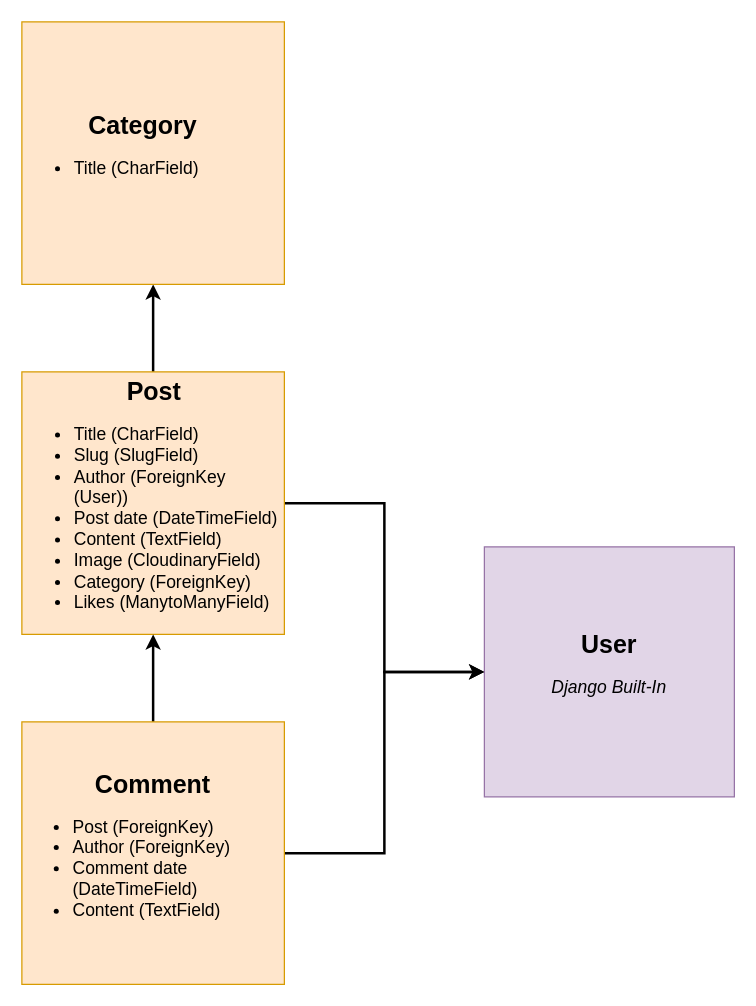
Before: readme/db/DB_schema.drawio in Code-Institute-Submissions/social, a draw.io diagram. Source tidied: cells renumbered, new cells numbered last; positions are measured from the earlier drawing's top-left corner, leaving out a move shared by most shapes. Both pictures are drawn from the tidied source at 125%, with x=0, y=0 at pixel (21, 21).
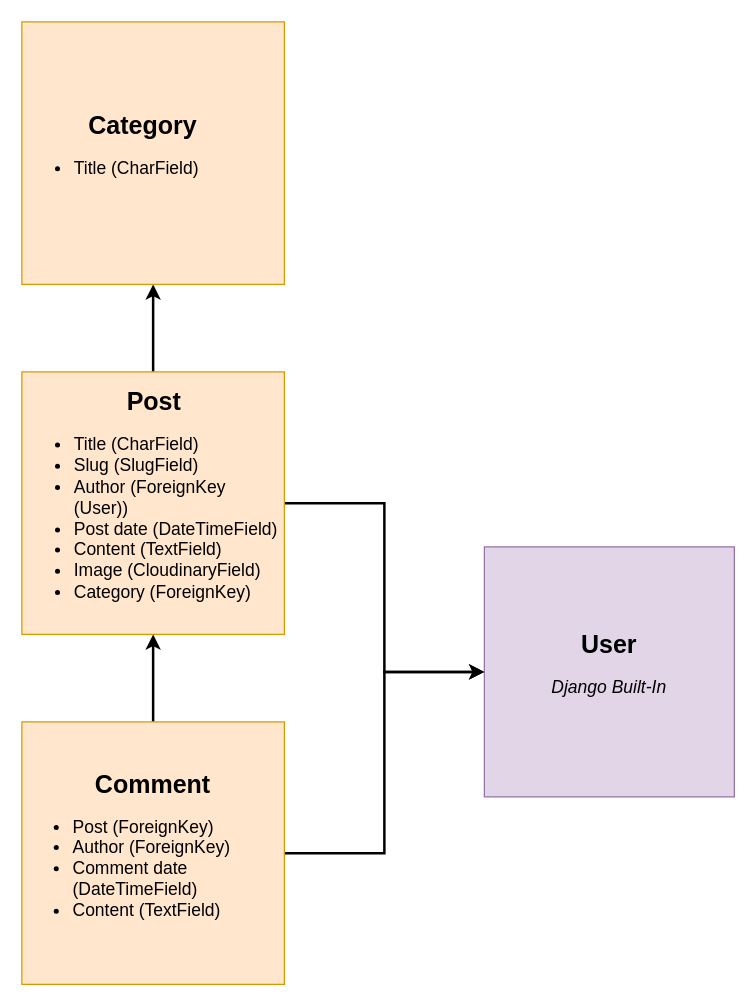
The same diagram, later.

Commit message (it also covers changes not shown here):
Update DB Schema to correctly represent models

Change to the diagram source:
```diff
@@
 <mxGraphModel>
   <root>
     <mxCell id="0" />
     <mxCell id="1" parent="0" />
     <mxCell id="2" style="edgeStyle=orthogonalEdgeStyle;rounded=0;jettySize=auto;html=1;strokeWidth=2;" parent="1" edge="1" source="4" target="5">
       <mxGeometry relative="1" as="geometry" />
     </mxCell>
     <mxCell id="3" style="edgeStyle=orthogonalEdgeStyle;rounded=0;jettySize=auto;html=1;strokeWidth=2;" parent="1" edge="1" source="4" target="9">
       <mxGeometry relative="1" as="geometry" />
     </mxCell>
-    <mxCell id="4" value="&lt;div align=&quot;center&quot;&gt;&lt;font size=&quot;1&quot;&gt;&lt;b style=&quot;font-size: 20px&quot;&gt;Post&lt;/b&gt;&lt;/font&gt;&lt;/div&gt;&lt;div style=&quot;font-size: 14px&quot; align=&quot;left&quot;&gt;&lt;ul&gt;&lt;li&gt;Title (CharField)&lt;/li&gt;&lt;li&gt;Slug (SlugField)&lt;/li&gt;&lt;li&gt;Author (ForeignKey (User))&lt;/li&gt;&lt;li&gt;Post date (DateTimeField)&lt;/li&gt;&lt;li&gt;Content (TextField)&lt;/li&gt;&lt;li&gt;Image (CloudinaryField)&lt;br&gt;&lt;/li&gt;&lt;li&gt;Category (ForeignKey)&lt;/li&gt;&lt;li&gt;Likes (ManytoManyField)&lt;br&gt;&lt;/li&gt;&lt;/ul&gt;&lt;/div&gt;" style="whiteSpace=wrap;html=1;strokeWidth=1;fillColor=#ffe6cc;strokeColor=#d79b00;align=left;" parent="1" vertex="1">
+    <mxCell id="4" value="&lt;div align=&quot;center&quot;&gt;&lt;font size=&quot;1&quot;&gt;&lt;b style=&quot;font-size: 20px&quot;&gt;Post&lt;/b&gt;&lt;/font&gt;&lt;/div&gt;&lt;div style=&quot;font-size: 14px&quot; align=&quot;left&quot;&gt;&lt;ul&gt;&lt;li&gt;Title (CharField)&lt;/li&gt;&lt;li&gt;Slug (SlugField)&lt;/li&gt;&lt;li&gt;Author (ForeignKey (User))&lt;/li&gt;&lt;li&gt;Post date (DateTimeField)&lt;/li&gt;&lt;li&gt;Content (TextField)&lt;/li&gt;&lt;li&gt;Image (CloudinaryField)&lt;br&gt;&lt;/li&gt;&lt;li&gt;Category (ForeignKey)&lt;/li&gt;&lt;/ul&gt;&lt;/div&gt;" style="whiteSpace=wrap;html=1;strokeWidth=1;fillColor=#ffe6cc;strokeColor=#d79b00;align=left;" parent="1" vertex="1">
       <mxGeometry y="280" width="210" height="210" as="geometry" />
     </mxCell>
     <mxCell id="5" value="&lt;div&gt;&lt;font size=&quot;1&quot;&gt;&lt;b style=&quot;font-size: 20px&quot;&gt;User&lt;/b&gt;&lt;/font&gt;&lt;/div&gt;&lt;div align=&quot;center&quot;&gt;&lt;br&gt;&lt;/div&gt;&lt;div style=&quot;font-size: 14px&quot; align=&quot;center&quot;&gt;&lt;i&gt;Django Built-In&lt;/i&gt;&lt;br&gt;&lt;/div&gt;&lt;div align=&quot;center&quot;&gt;&lt;br&gt;&lt;/div&gt;" style="whiteSpace=wrap;html=1;strokeWidth=1;fillColor=#e1d5e7;strokeColor=#9673a6;" parent="1" vertex="1">
       <mxGeometry x="370" y="420" width="200" height="200" as="geometry" />
     </mxCell>
     <mxCell id="6" style="edgeStyle=orthogonalEdgeStyle;rounded=0;jettySize=auto;html=1;strokeWidth=2;" parent="1" edge="1" source="8" target="5">
       <mxGeometry relative="1" as="geometry" />
     </mxCell>
     <mxCell id="7" style="edgeStyle=orthogonalEdgeStyle;rounded=0;jettySize=auto;html=1;entryX=0.5;entryY=1;entryDx=0;entryDy=0;strokeWidth=2;" parent="1" edge="1" source="8" target="4">
       <mxGeometry relative="1" as="geometry" />
     </mxCell>
     <mxCell id="8" value="&lt;div&gt;&lt;font size=&quot;1&quot;&gt;&lt;b style=&quot;font-size: 20px&quot;&gt;Comment&lt;/b&gt;&lt;/font&gt;&lt;/div&gt;&lt;div style=&quot;font-size: 14px&quot; align=&quot;left&quot;&gt;&lt;ul&gt;&lt;li&gt;&lt;div&gt;Post (ForeignKey)&lt;/div&gt;&lt;/li&gt;&lt;li&gt;&lt;div&gt;Author (ForeignKey)&lt;/div&gt;&lt;/li&gt;&lt;li&gt;&lt;div&gt;Comment date (DateTimeField)&lt;/div&gt;&lt;/li&gt;&lt;li&gt;&lt;div&gt;Content (TextField)&lt;/div&gt;&lt;/li&gt;&lt;/ul&gt;&lt;/div&gt;" style="whiteSpace=wrap;html=1;strokeWidth=1;fillColor=#ffe6cc;strokeColor=#d79b00;" parent="1" vertex="1">
       <mxGeometry y="560" width="210" height="210" as="geometry" />
     </mxCell>
     <mxCell id="9" value="&lt;div align=&quot;center&quot;&gt;&lt;font size=&quot;1&quot;&gt;&lt;b style=&quot;font-size: 20px&quot;&gt;&amp;nbsp;&amp;nbsp;&amp;nbsp;&amp;nbsp;&amp;nbsp;&amp;nbsp;&amp;nbsp;&amp;nbsp; Category&lt;/b&gt;&lt;/font&gt;&lt;/div&gt;&lt;div style=&quot;font-size: 14px&quot; align=&quot;left&quot;&gt;&lt;ul&gt;&lt;li&gt;Title (CharField)&lt;/li&gt;&lt;/ul&gt;&lt;/div&gt;" style="whiteSpace=wrap;html=1;strokeWidth=1;fillColor=#ffe6cc;strokeColor=#d79b00;align=left;" parent="1" vertex="1">
       <mxGeometry width="210" height="210" as="geometry" />
     </mxCell>
   </root>
 </mxGraphModel>
```
